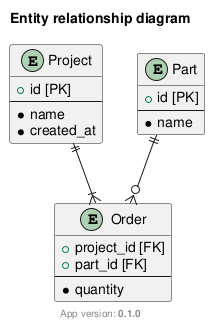
The PlantUML diagram docs/arch/erd/erd.png in dimasmith/printtables, before a commit. Source of this version:
```plantuml
@startuml erd
!include ../meta.puml
title: Entity relationship diagram

entity Project {
    + id [PK]
    --
    * name
    * created_at
}

entity Part {
    + id [PK]
    --
    * name
}

entity Order {
    + project_id [FK]
    + part_id [FK]
    --
    * quantity
}

Project ||--|{ Order
Part ||--o{ Order


@enduml
```
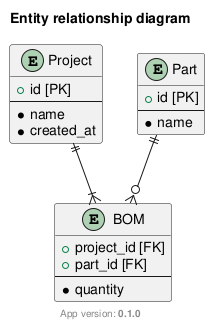
After the change.

Commit message:
docs(bom): rename order to BOM in ERD

What changed in the source:
```diff
@@ -15,15 +15,15 @@
     * name
 }
 
-entity Order {
+entity BOM {
     + project_id [FK]
     + part_id [FK]
     --
     * quantity
 }
 
-Project ||--|{ Order
-Part ||--o{ Order
+Project ||--|{ BOM
+Part ||--o{ BOM
 
 
 @enduml
```
